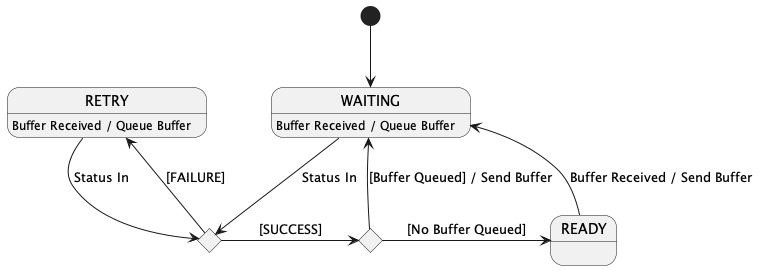
This is Svc/ComQueue/docs/img/state-machine.png from nasa/fprime, a PlantUML export, as it was before one commit. Its diagram source:
```plantuml
@startuml
state status_check <<choice>>
state queue_check <<choice>>
state WAITING: Buffer Received / Queue Buffer
state RETRY: Buffer Received / Queue Buffer
[*] --> WAITING
WAITING --> status_check: Status In
status_check -> queue_check: [SUCCESS]
status_check -up-> RETRY: [FAILURE]
queue_check -up-> WAITING: [Buffer Queued] / Send Buffer
queue_check -> READY: [No Buffer Queued]
READY -up-> WAITING: Buffer Received / Send Buffer
RETRY -> status_check: Status In
@enduml
```
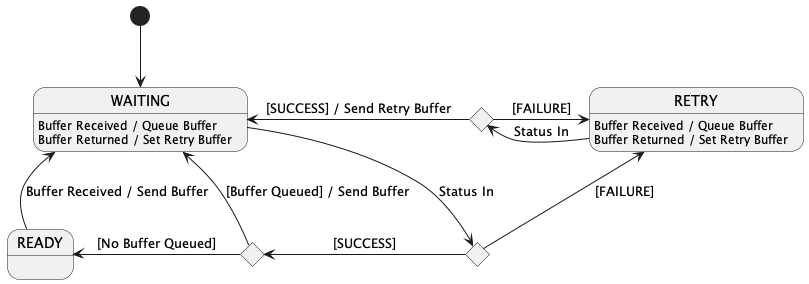
The same diagram one commit later.

Commit message:
lestarch: update state machine diagram including retry buffers

Change to the diagram source:
```diff
@@ -1,14 +1,24 @@
 @startuml
 state status_check <<choice>>
+state retry_status_check <<choice>>
 state queue_check <<choice>>
-state WAITING: Buffer Received / Queue Buffer
-state RETRY: Buffer Received / Queue Buffer
-[*] --> WAITING
-WAITING --> status_check: Status In
-status_check -> queue_check: [SUCCESS]
+
+state WAITING: Buffer Received / Queue Buffer\nBuffer Returned / Set Retry Buffer
+state RETRY: Buffer Received / Queue Buffer\nBuffer Returned / Set Retry Buffer
+
+[*] -down-> WAITING
+WAITING -down-> status_check: Status In
+RETRY -left-> retry_status_check: Status In
+
+retry_status_check -left-> WAITING: [SUCCESS] / Send Retry Buffer
+retry_status_check -right-> RETRY: [FAILURE]
+
+
+status_check -left-> queue_check: [SUCCESS]
 status_check -up-> RETRY: [FAILURE]
+
 queue_check -up-> WAITING: [Buffer Queued] / Send Buffer
-queue_check -> READY: [No Buffer Queued]
+queue_check -left-> READY: [No Buffer Queued]
 READY -up-> WAITING: Buffer Received / Send Buffer
-RETRY -> status_check: Status In
+
 @enduml
```
